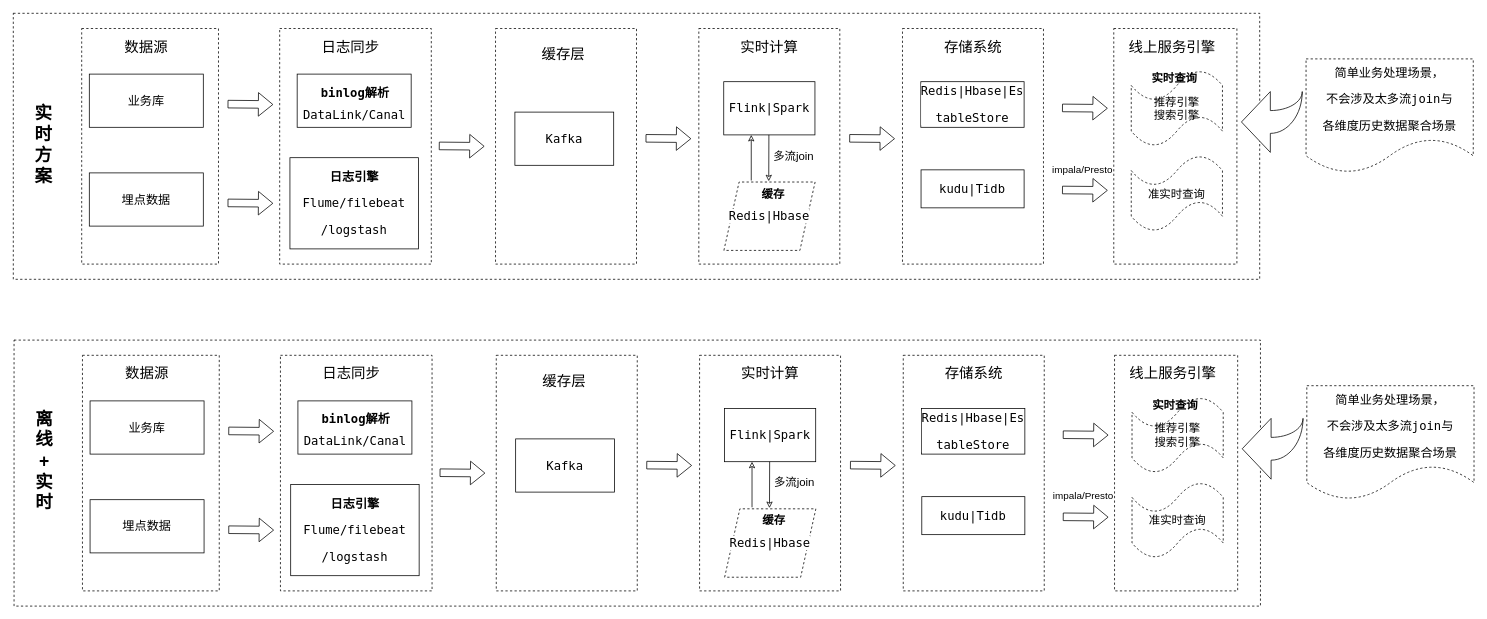
This is Untitled Diagram.drawio from yanshenliang/yanshenliang.github.io, a draw.io file, before an edit. Source tidied: cells renumbered, new cells numbered last; positions are measured from the earlier drawing's top-left corner, leaving out a move shared by most shapes. Both pictures are drawn from the tidied source at 76%, with x=0, y=0 at pixel (13, 13).
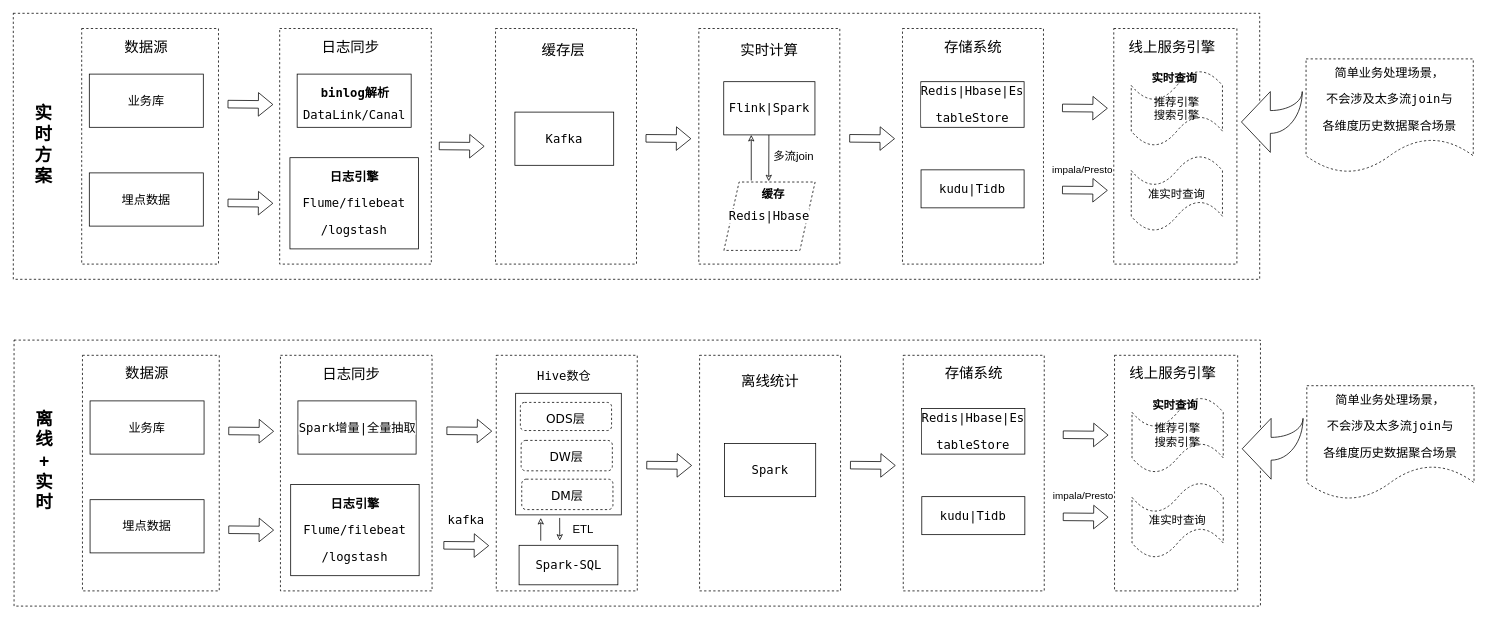
Above is the later version.

Diff of the diagram source:
```diff
@@
     <mxCell id="19" value="&lt;span style=&quot;font-size: 19px&quot;&gt;缓存层&lt;/span&gt;" style="text;html=1;strokeColor=none;fillColor=none;align=center;verticalAlign=middle;whiteSpace=wrap;rounded=0;dashed=1;" parent="1" vertex="1">
-      <mxGeometry x="644" y="40" width="160" height="30" as="geometry" />
+      <mxGeometry x="644" y="35" width="160" height="30" as="geometry" />
     </mxCell>
@@
     <mxCell id="22" value="&lt;span style=&quot;font-size: 19px&quot;&gt;实时计算&lt;/span&gt;" style="text;html=1;strokeColor=none;fillColor=none;align=center;verticalAlign=middle;whiteSpace=wrap;rounded=0;dashed=1;" parent="1" vertex="1">
-      <mxGeometry x="915" y="30" width="160" height="30" as="geometry" />
+      <mxGeometry x="915" y="34" width="160" height="30" as="geometry" />
     </mxCell>
@@
-    <mxCell id="50" value="&lt;pre style=&quot;background-color: rgb(255 , 255 , 255) ; font-family: &amp;#34;menlo&amp;#34; ; font-size: 12pt&quot;&gt;&lt;br&gt;&lt;/pre&gt;&lt;pre style=&quot;background-color: rgb(255 , 255 , 255) ; font-family: &amp;#34;menlo&amp;#34; ; font-size: 12pt&quot;&gt;DataLink/Canal&lt;/pre&gt;" style="rounded=0;whiteSpace=wrap;html=1;" parent="1" vertex="1">
-      <mxGeometry x="374.5" y="510" width="150" height="70" as="geometry" />
+    <mxCell id="50" value="&lt;pre style=&quot;background-color: rgb(255 , 255 , 255) ; font-family: &amp;#34;menlo&amp;#34; ; font-size: 12pt&quot;&gt;Spark增量|全量抽取&lt;/pre&gt;" style="rounded=0;whiteSpace=wrap;html=1;" parent="1" vertex="1">
+      <mxGeometry x="374.5" y="510" width="155.5" height="70" as="geometry" />
     </mxCell>
-    <mxCell id="51" value="&lt;pre style=&quot;background-color: rgb(255 , 255 , 255) ; font-family: &amp;#34;menlo&amp;#34; ; font-size: 12pt&quot;&gt;Kafka&lt;/pre&gt;" style="rounded=0;whiteSpace=wrap;html=1;" parent="1" vertex="1">
-      <mxGeometry x="661" y="560" width="130" height="70" as="geometry" />
+    <mxCell id="51" value="&lt;pre style=&quot;background-color: rgb(255 , 255 , 255) ; font-family: &amp;#34;menlo&amp;#34; ; font-size: 12pt&quot;&gt;&lt;pre style=&quot;font-family: &amp;#34;menlo&amp;#34; ; font-size: 12pt&quot;&gt;&lt;br&gt;&lt;/pre&gt;&lt;/pre&gt;" style="rounded=0;whiteSpace=wrap;html=1;" parent="1" vertex="1">
+      <mxGeometry x="661" y="500" width="139" height="160" as="geometry" />
     </mxCell>
-    <mxCell id="52" value="&lt;pre style=&quot;background-color: rgb(255 , 255 , 255) ; font-family: &amp;#34;menlo&amp;#34; ; font-size: 12pt&quot;&gt;Flink|Spark&lt;/pre&gt;" style="rounded=0;whiteSpace=wrap;html=1;" parent="1" vertex="1">
-      <mxGeometry x="935.8" y="520" width="120" height="70" as="geometry" />
+    <mxCell id="52" value="&lt;pre style=&quot;background-color: rgb(255 , 255 , 255) ; font-family: &amp;#34;menlo&amp;#34; ; font-size: 12pt&quot;&gt;Spark&lt;/pre&gt;" style="rounded=0;whiteSpace=wrap;html=1;" parent="1" vertex="1">
+      <mxGeometry x="935.8" y="566" width="120" height="70" as="geometry" />
     </mxCell>
@@
     <mxCell id="59" value="&lt;span style=&quot;font-size: 19px&quot;&gt;日志同步&lt;/span&gt;" style="text;html=1;strokeColor=none;fillColor=none;align=center;verticalAlign=middle;whiteSpace=wrap;rounded=0;dashed=1;" parent="1" vertex="1">
-      <mxGeometry x="364.5" y="460" width="160" height="30" as="geometry" />
+      <mxGeometry x="364.5" y="461" width="160" height="30" as="geometry" />
     </mxCell>
     <mxCell id="60" style="shape=flexArrow;endArrow=classic;html=1;rounded=0;" parent="1" edge="1">
       <mxGeometry relative="1" as="geometry">
-        <mxPoint x="561" y="604.5" as="sourcePoint" />
-        <mxPoint x="621" y="605" as="targetPoint" />
+        <mxPoint x="570" y="549.3" as="sourcePoint" />
+        <mxPoint x="630" y="549.8" as="targetPoint" />
       </mxGeometry>
     </mxCell>
-    <mxCell id="61" value="&lt;span style=&quot;font-size: 19px&quot;&gt;缓存层&lt;/span&gt;" style="text;html=1;strokeColor=none;fillColor=none;align=center;verticalAlign=middle;whiteSpace=wrap;rounded=0;dashed=1;" parent="1" vertex="1">
-      <mxGeometry x="645" y="470" width="160" height="30" as="geometry" />
+    <mxCell id="61" value="&lt;pre style=&quot;font-size: 12pt ; font-family: &amp;#34;menlo&amp;#34;&quot;&gt;Hive数仓&lt;/pre&gt;" style="text;html=1;strokeColor=none;fillColor=none;align=center;verticalAlign=middle;whiteSpace=wrap;rounded=0;dashed=1;" parent="1" vertex="1">
+      <mxGeometry x="645" y="462" width="160" height="30" as="geometry" />
     </mxCell>
@@
-    <mxCell id="63" value="&lt;pre style=&quot;background-color: rgb(255 , 255 , 255) ; font-family: &amp;#34;menlo&amp;#34; ; font-size: 12pt&quot;&gt;Redis|Hbase&lt;/pre&gt;" style="shape=parallelogram;perimeter=parallelogramPerimeter;whiteSpace=wrap;html=1;fixedSize=1;dashed=1;fontSize=19;" parent="1" vertex="1">
-      <mxGeometry x="936" y="652" width="120" height="90" as="geometry" />
-    </mxCell>
-    <mxCell id="64" value="&lt;span style=&quot;font-size: 19px&quot;&gt;实时计算&lt;/span&gt;" style="text;html=1;strokeColor=none;fillColor=none;align=center;verticalAlign=middle;whiteSpace=wrap;rounded=0;dashed=1;" parent="1" vertex="1">
-      <mxGeometry x="916" y="460" width="160" height="30" as="geometry" />
+    <mxCell id="64" value="&lt;span style=&quot;font-size: 19px&quot;&gt;离线统计&lt;/span&gt;" style="text;html=1;strokeColor=none;fillColor=none;align=center;verticalAlign=middle;whiteSpace=wrap;rounded=0;dashed=1;" parent="1" vertex="1">
+      <mxGeometry x="916" y="470" width="160" height="30" as="geometry" />
     </mxCell>
-    <mxCell id="65" value="&lt;font size=&quot;1&quot;&gt;&lt;b style=&quot;font-size: 15px&quot;&gt;缓存&lt;/b&gt;&lt;/font&gt;" style="text;html=1;strokeColor=none;fillColor=none;align=center;verticalAlign=middle;whiteSpace=wrap;rounded=0;dashed=1;fontSize=19;" parent="1" vertex="1">
-      <mxGeometry x="971" y="652" width="60" height="30" as="geometry" />
-    </mxCell>
-    <mxCell id="66" value="&lt;pre style=&quot;background-color: rgb(255 , 255 , 255) ; font-family: &amp;#34;menlo&amp;#34; ; font-size: 12pt&quot;&gt;&lt;b&gt;binlog解析&lt;/b&gt;&lt;/pre&gt;" style="text;html=1;strokeColor=none;fillColor=none;align=center;verticalAlign=middle;whiteSpace=wrap;rounded=0;dashed=1;fontSize=19;" parent="1" vertex="1">
-      <mxGeometry x="406.2" y="519" width="90" height="30" as="geometry" />
-    </mxCell>
@@
-    <mxCell id="68" style="endArrow=classic;html=1;rounded=0;fontSize=15;endFill=0;" parent="1" edge="1">
-      <mxGeometry relative="1" as="geometry">
-        <mxPoint x="972" y="650" as="sourcePoint" />
-        <mxPoint x="972" y="590" as="targetPoint" />
-      </mxGeometry>
-    </mxCell>
-    <mxCell id="69" style="endArrow=classic;html=1;rounded=0;fontSize=15;endFill=0;entryX=0.4;entryY=-0.033;entryDx=0;entryDy=0;entryPerimeter=0;" parent="1" edge="1" target="65">
-      <mxGeometry relative="1" as="geometry">
-        <mxPoint x="995.2" y="590" as="sourcePoint" />
-      </mxGeometry>
-    </mxCell>
-    <mxCell id="70" value="&lt;font size=&quot;1&quot;&gt;&lt;span style=&quot;font-size: 15px&quot;&gt;多流join&lt;/span&gt;&lt;/font&gt;" style="text;html=1;strokeColor=none;fillColor=none;align=center;verticalAlign=middle;whiteSpace=wrap;rounded=0;dashed=1;fontSize=19;" parent="1" vertex="1">
-      <mxGeometry x="998" y="602" width="60" height="30" as="geometry" />
-    </mxCell>
@@
+    <mxCell id="86" style="shape=flexArrow;endArrow=classic;html=1;rounded=0;" parent="1" edge="1">
+      <mxGeometry relative="1" as="geometry">
+        <mxPoint x="566" y="700" as="sourcePoint" />
+        <mxPoint x="626" y="700.5" as="targetPoint" />
+      </mxGeometry>
+    </mxCell>
+    <mxCell id="87" value="&lt;pre style=&quot;background-color: rgb(255 , 255 , 255) ; font-family: &amp;#34;menlo&amp;#34; ; font-size: 12pt&quot;&gt;&lt;pre style=&quot;font-family: &amp;#34;menlo&amp;#34; ; font-size: 12pt&quot;&gt;kafka&lt;/pre&gt;&lt;/pre&gt;" style="text;html=1;strokeColor=none;fillColor=none;align=center;verticalAlign=middle;whiteSpace=wrap;rounded=0;dashed=1;fontSize=19;" parent="1" vertex="1">
+      <mxGeometry x="551" y="652" width="90" height="30" as="geometry" />
+    </mxCell>
+    <mxCell id="88" value="&lt;pre style=&quot;background-color: rgb(255 , 255 , 255) ; font-family: &amp;#34;menlo&amp;#34; ; font-size: 12pt&quot;&gt;Spark-SQL&lt;/pre&gt;" style="rounded=0;whiteSpace=wrap;html=1;" parent="1" vertex="1">
+      <mxGeometry x="665.5" y="700" width="130" height="52" as="geometry" />
+    </mxCell>
+    <mxCell id="89" value="&lt;font style=&quot;font-size: 16px&quot;&gt;ODS层&lt;/font&gt;" style="rounded=1;whiteSpace=wrap;html=1;shadow=0;dashed=1;sketch=0;fontFamily=Verdana;fontSize=23;" parent="1" vertex="1">
+      <mxGeometry x="667.2" y="512" width="120" height="37" as="geometry" />
+    </mxCell>
+    <mxCell id="90" value="&lt;span style=&quot;font-size: 16px&quot;&gt;DW层&lt;/span&gt;" style="rounded=1;whiteSpace=wrap;html=1;shadow=0;dashed=1;sketch=0;fontFamily=Verdana;fontSize=23;" parent="1" vertex="1">
+      <mxGeometry x="668.2" y="562" width="120" height="40" as="geometry" />
+    </mxCell>
+    <mxCell id="91" value="&lt;span style=&quot;font-size: 16px&quot;&gt;DM层&lt;/span&gt;" style="rounded=1;whiteSpace=wrap;html=1;shadow=0;dashed=1;sketch=0;fontFamily=Verdana;fontSize=23;" parent="1" vertex="1">
+      <mxGeometry x="669" y="613" width="120" height="40" as="geometry" />
+    </mxCell>
+    <mxCell id="92" style="endArrow=classic;html=1;rounded=0;fontSize=15;endFill=0;" parent="1" edge="1">
+      <mxGeometry relative="1" as="geometry">
+        <mxPoint x="694" y="694" as="sourcePoint" />
+        <mxPoint x="694" y="664" as="targetPoint" />
+      </mxGeometry>
+    </mxCell>
+    <mxCell id="93" value="&lt;font size=&quot;1&quot;&gt;&lt;span style=&quot;font-size: 15px&quot;&gt;ETL&lt;/span&gt;&lt;/font&gt;" style="text;html=1;strokeColor=none;fillColor=none;align=center;verticalAlign=middle;whiteSpace=wrap;rounded=0;dashed=1;fontSize=19;" parent="1" vertex="1">
+      <mxGeometry x="720" y="663" width="60" height="30" as="geometry" />
+    </mxCell>
+    <mxCell id="94" style="endArrow=classic;html=1;rounded=0;fontSize=15;endFill=0;" parent="1" edge="1">
+      <mxGeometry relative="1" as="geometry">
+        <mxPoint x="718.9" y="664" as="sourcePoint" />
+        <mxPoint x="719" y="694" as="targetPoint" />
+      </mxGeometry>
+    </mxCell>
```
